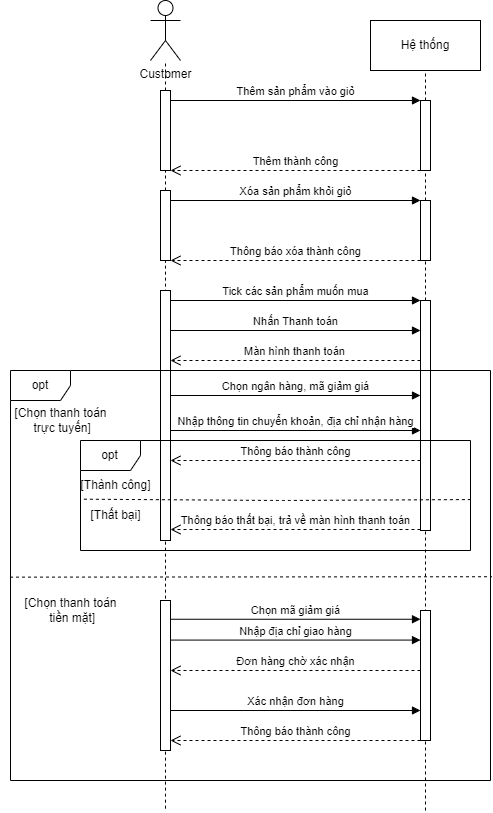
Earlier version of the draw.io export Sequence Diagram/Cart_Checkout.drawio.png (NguyenThaiDung2003/IT3120Nhom11). Source tidied: cells renumbered, new cells last; positions are measured from the earlier drawing's top-left corner, leaving out a move shared by most shapes.
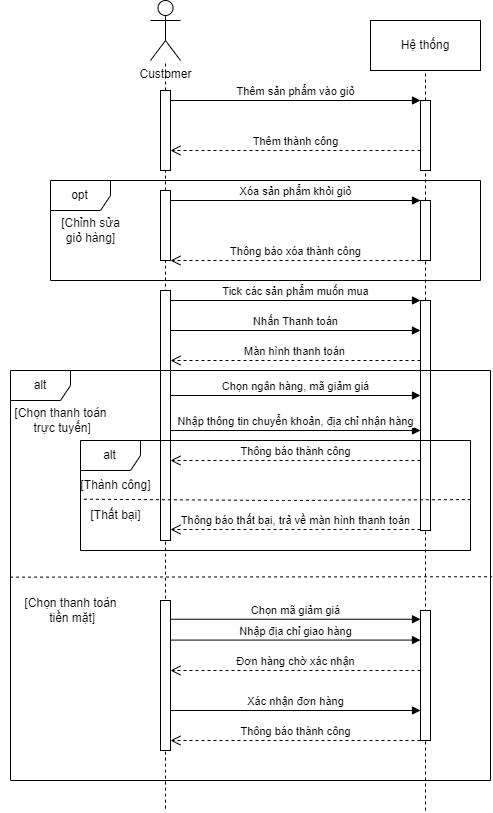
After the commit.

What changed in the source:
```diff
@@ -33,8 +33,8 @@
     </mxCell>
     <mxCell id="11" value="Thêm thành công" style="html=1;verticalAlign=bottom;endArrow=open;dashed=1;endSize=8;curved=0;rounded=0;" parent="1" edge="1">
       <mxGeometry relative="1" as="geometry">
-        <mxPoint x="420" y="170" as="sourcePoint" />
-        <mxPoint x="170" y="170" as="targetPoint" />
+        <mxPoint x="420" y="150" as="sourcePoint" />
+        <mxPoint x="170" y="150" as="targetPoint" />
       </mxGeometry>
     </mxCell>
     <mxCell id="12" style="endArrow=none;dashed=1;html=1;" parent="1" edge="1" target="13">
@@ -97,7 +97,7 @@
         <mxPoint x="170" y="360" as="targetPoint" />
       </mxGeometry>
     </mxCell>
-    <mxCell id="25" value="opt" style="shape=umlFrame;whiteSpace=wrap;html=1;" parent="1" vertex="1">
+    <mxCell id="25" value="alt" style="shape=umlFrame;whiteSpace=wrap;html=1;" parent="1" vertex="1">
       <mxGeometry x="10" y="370" width="480" height="410" as="geometry" />
     </mxCell>
     <mxCell id="26" value="[Chọn thanh toán&lt;div&gt;&amp;nbsp;trực tuyến&lt;span style=&quot;background-color: transparent;&quot;&gt;]&lt;/span&gt;&lt;/div&gt;" style="text;html=1;align=center;verticalAlign=middle;strokeColor=none;fillColor=none;" parent="1" vertex="1">
@@ -122,7 +122,7 @@
         <mxPoint x="420" y="430" as="targetPoint" />
       </mxGeometry>
     </mxCell>
-    <mxCell id="30" value="opt" style="shape=umlFrame;whiteSpace=wrap;html=1;" parent="1" vertex="1">
+    <mxCell id="30" value="alt" style="shape=umlFrame;whiteSpace=wrap;html=1;" parent="1" vertex="1">
       <mxGeometry x="80" y="440" width="390" height="110" as="geometry" />
     </mxCell>
     <mxCell id="31" value="[Thành công]" style="text;html=1;align=center;verticalAlign=middle;strokeColor=none;fillColor=none;" parent="1" vertex="1">
@@ -189,5 +189,11 @@
         </Array>
       </mxGeometry>
     </mxCell>
+    <mxCell id="44" value="opt" style="shape=umlFrame;whiteSpace=wrap;html=1;" parent="1" vertex="1">
+      <mxGeometry x="50" y="180" width="430" height="100" as="geometry" />
+    </mxCell>
+    <mxCell id="45" value="[Chỉnh sửa&lt;div&gt;giỏ hàng]&lt;/div&gt;" style="text;html=1;align=center;verticalAlign=middle;strokeColor=none;fillColor=none;" parent="1" vertex="1">
+      <mxGeometry x="50" y="210" width="80" height="40" as="geometry" />
+    </mxCell>
   </root>
 </mxGraphModel>
```
